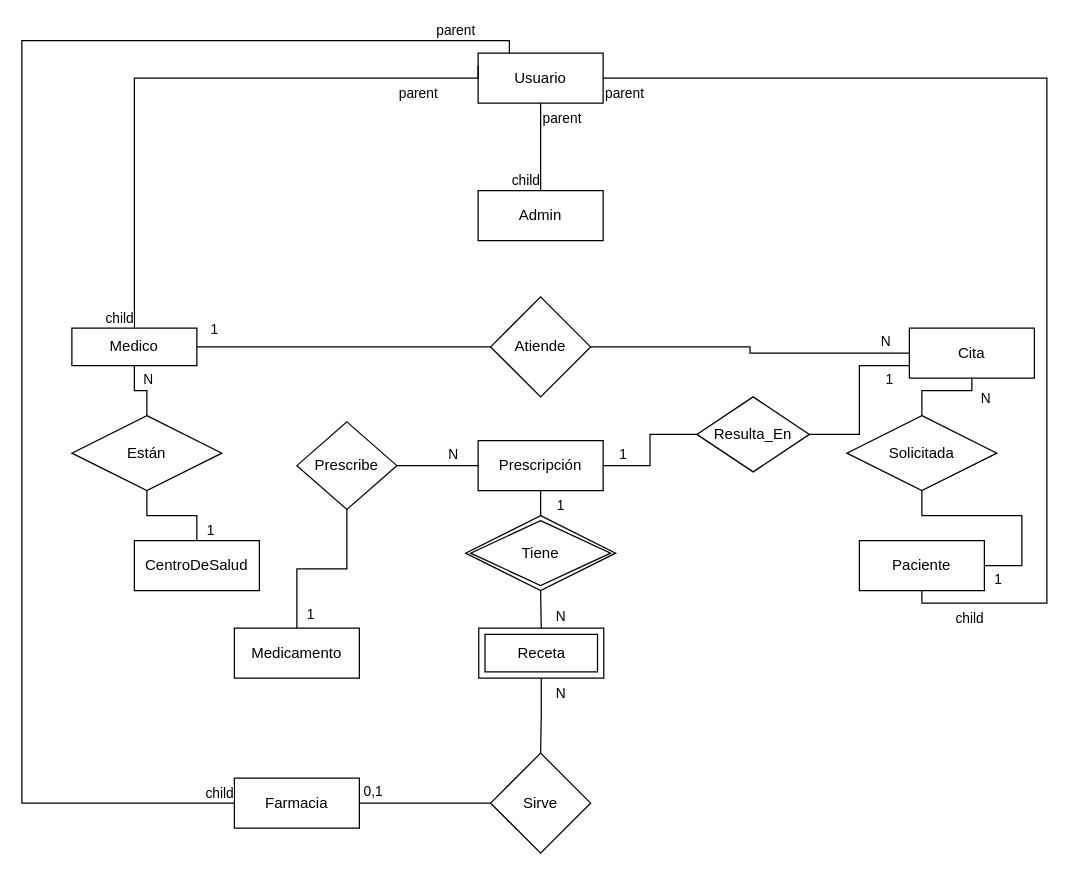
This is doc/DiagramaE-R.drawio from DeTiveNC/DAGSS-SpringProject, a draw.io file, before an edit. Source tidied: cells renumbered, new cells numbered last; positions are measured from the earlier drawing's top-left corner, leaving out a move shared by most shapes. Both pictures are drawn from the tidied source at 125%, with x=0, y=0 at pixel (21, 40).
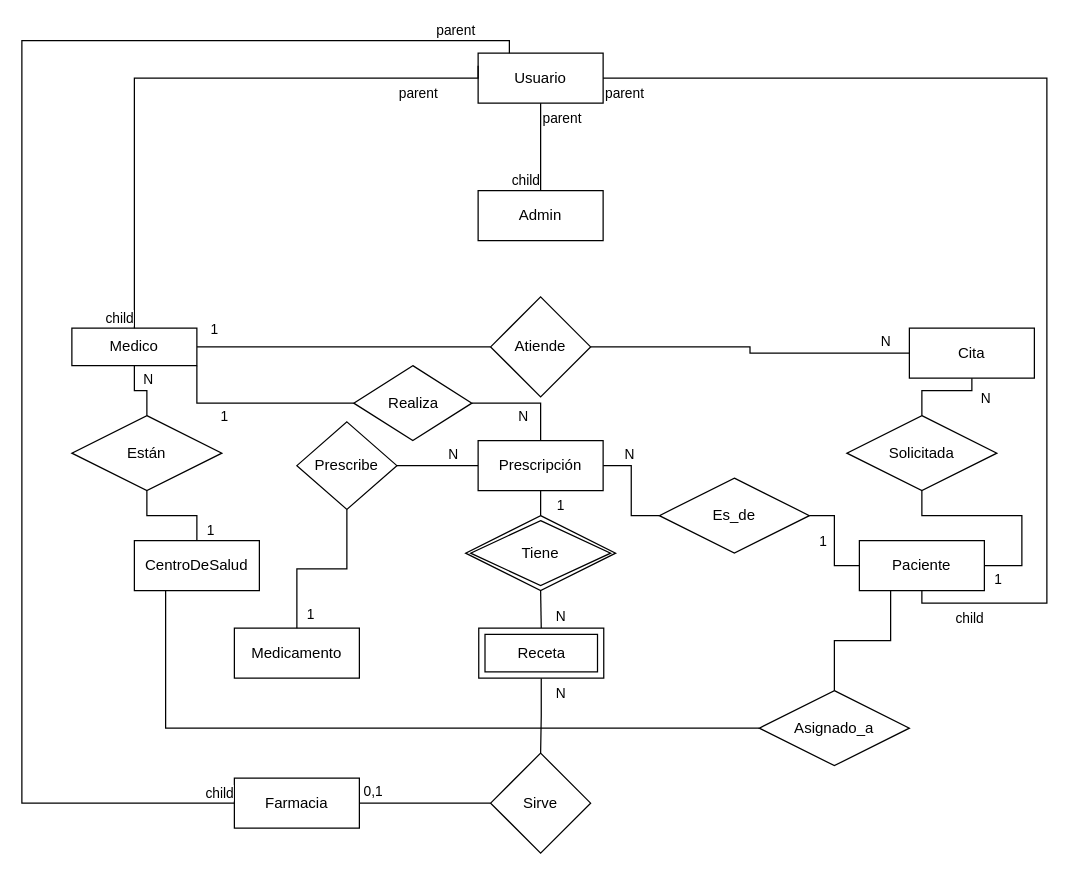
The same diagram, later.

Unchanged cells that the change refers to:
```xml
<mxCell id="2" value="Cita" style="whiteSpace=wrap;html=1;align=center;" parent="1" vertex="1">
  <mxGeometry x="710" y="230" width="100" height="40" as="geometry" />
</mxCell>
<mxCell id="3" value="CentroDeSalud" style="whiteSpace=wrap;html=1;align=center;" parent="1" vertex="1">
  <mxGeometry x="90" y="400" width="100" height="40" as="geometry" />
</mxCell>
<mxCell id="8" value="&lt;div&gt;Medico&lt;/div&gt;" style="whiteSpace=wrap;html=1;align=center;" parent="1" vertex="1">
  <mxGeometry x="40" y="230" width="100" height="30" as="geometry" />
</mxCell>
<mxCell id="17" value="Paciente" style="whiteSpace=wrap;html=1;align=center;" parent="1" vertex="1">
  <mxGeometry x="670" y="400" width="100" height="40" as="geometry" />
</mxCell>
<mxCell id="25" value="Prescripción" style="whiteSpace=wrap;html=1;align=center;" parent="1" vertex="1">
  <mxGeometry x="365" y="320" width="100" height="40" as="geometry" />
</mxCell>
```

Diff of the diagram source:
```diff
@@
+    <mxCell id="59" style="edgeStyle=orthogonalEdgeStyle;rounded=0;jettySize=auto;html=1;entryX=0;entryY=0.5;entryDx=0;entryDy=0;endArrow=none;endFill=0;" parent="1" edge="1" source="25" target="71">
+      <mxGeometry relative="1" as="geometry" />
+    </mxCell>
+    <mxCell id="60" value="N" style="edgeLabel;html=1;align=center;verticalAlign=middle;" parent="59" vertex="1">
+      <mxGeometry x="-0.53" y="1" relative="1" as="geometry">
+        <mxPoint y="-9" as="offset" />
+      </mxGeometry>
+    </mxCell>
@@
-    <mxCell id="26" style="edgeStyle=orthogonalEdgeStyle;rounded=0;jettySize=auto;html=1;entryX=0;entryY=0.75;entryDx=0;entryDy=0;endArrow=none;endFill=0;" parent="1" edge="1" source="30" target="2">
-      <mxGeometry relative="1" as="geometry" />
-    </mxCell>
-    <mxCell id="27" value="1" style="edgeLabel;html=1;align=center;verticalAlign=middle;" parent="26" vertex="1">
-      <mxGeometry x="0.75" relative="1" as="geometry">
-        <mxPoint y="10" as="offset" />
-      </mxGeometry>
-    </mxCell>
-    <mxCell id="28" style="edgeStyle=orthogonalEdgeStyle;rounded=0;jettySize=auto;html=1;entryX=1;entryY=0.5;entryDx=0;entryDy=0;endArrow=none;endFill=0;" parent="1" edge="1" source="30" target="25">
-      <mxGeometry relative="1" as="geometry" />
-    </mxCell>
-    <mxCell id="29" value="1" style="edgeLabel;html=1;align=center;verticalAlign=middle;" parent="28" vertex="1">
-      <mxGeometry x="0.55" y="-1" relative="1" as="geometry">
-        <mxPoint x="-7" y="-9" as="offset" />
-      </mxGeometry>
-    </mxCell>
-    <mxCell id="30" value="Resulta_En" style="shape=rhombus;perimeter=rhombusPerimeter;whiteSpace=wrap;html=1;align=center;" parent="1" vertex="1">
-      <mxGeometry x="540" y="285" width="90" height="60" as="geometry" />
-    </mxCell>
@@
+    <mxCell id="61" style="edgeStyle=orthogonalEdgeStyle;rounded=0;jettySize=auto;html=1;entryX=0.25;entryY=1;entryDx=0;entryDy=0;endArrow=none;endFill=0;" parent="1" edge="1" source="63" target="3">
+      <mxGeometry relative="1" as="geometry" />
+    </mxCell>
+    <mxCell id="62" style="edgeStyle=orthogonalEdgeStyle;rounded=0;jettySize=auto;html=1;entryX=0.25;entryY=1;entryDx=0;entryDy=0;endArrow=none;endFill=0;" parent="1" edge="1" source="63" target="17">
+      <mxGeometry relative="1" as="geometry" />
+    </mxCell>
+    <mxCell id="63" value="Asignado_a" style="shape=rhombus;perimeter=rhombusPerimeter;whiteSpace=wrap;html=1;align=center;" parent="1" vertex="1">
+      <mxGeometry x="590" y="520" width="120" height="60" as="geometry" />
+    </mxCell>
+    <mxCell id="64" style="edgeStyle=orthogonalEdgeStyle;rounded=0;jettySize=auto;html=1;entryX=1;entryY=1;entryDx=0;entryDy=0;endArrow=none;endFill=0;" parent="1" edge="1" source="68" target="8">
+      <mxGeometry relative="1" as="geometry" />
+    </mxCell>
+    <mxCell id="65" value="1" style="edgeLabel;html=1;align=center;verticalAlign=middle;" parent="64" vertex="1">
+      <mxGeometry x="0.33" y="3" relative="1" as="geometry">
+        <mxPoint x="-1" y="7" as="offset" />
+      </mxGeometry>
+    </mxCell>
+    <mxCell id="66" style="edgeStyle=orthogonalEdgeStyle;rounded=0;jettySize=auto;html=1;entryX=0.5;entryY=0;entryDx=0;entryDy=0;endArrow=none;endFill=0;" parent="1" edge="1" source="68" target="25">
+      <mxGeometry relative="1" as="geometry" />
+    </mxCell>
+    <mxCell id="67" value="N" style="edgeLabel;html=1;align=center;verticalAlign=middle;" parent="66" vertex="1">
+      <mxGeometry x="-0.44" y="3" relative="1" as="geometry">
+        <mxPoint x="16" y="13" as="offset" />
+      </mxGeometry>
+    </mxCell>
+    <mxCell id="68" value="Realiza" style="shape=rhombus;perimeter=rhombusPerimeter;whiteSpace=wrap;html=1;align=center;" parent="1" vertex="1">
+      <mxGeometry x="265.5" y="260" width="94.5" height="60" as="geometry" />
+    </mxCell>
+    <mxCell id="69" style="edgeStyle=orthogonalEdgeStyle;rounded=0;jettySize=auto;html=1;entryX=0;entryY=0.5;entryDx=0;entryDy=0;endArrow=none;endFill=0;" parent="1" edge="1" source="71" target="17">
+      <mxGeometry relative="1" as="geometry" />
+    </mxCell>
+    <mxCell id="70" value="&lt;div&gt;1&lt;/div&gt;" style="edgeLabel;html=1;align=center;verticalAlign=middle;" parent="69" vertex="1">
+      <mxGeometry x="-0.05" relative="1" as="geometry">
+        <mxPoint x="-10" y="2" as="offset" />
+      </mxGeometry>
+    </mxCell>
+    <mxCell id="71" value="Es_de" style="shape=rhombus;perimeter=rhombusPerimeter;whiteSpace=wrap;html=1;align=center;" parent="1" vertex="1">
+      <mxGeometry x="510" y="350" width="120" height="60" as="geometry" />
+    </mxCell>
```
